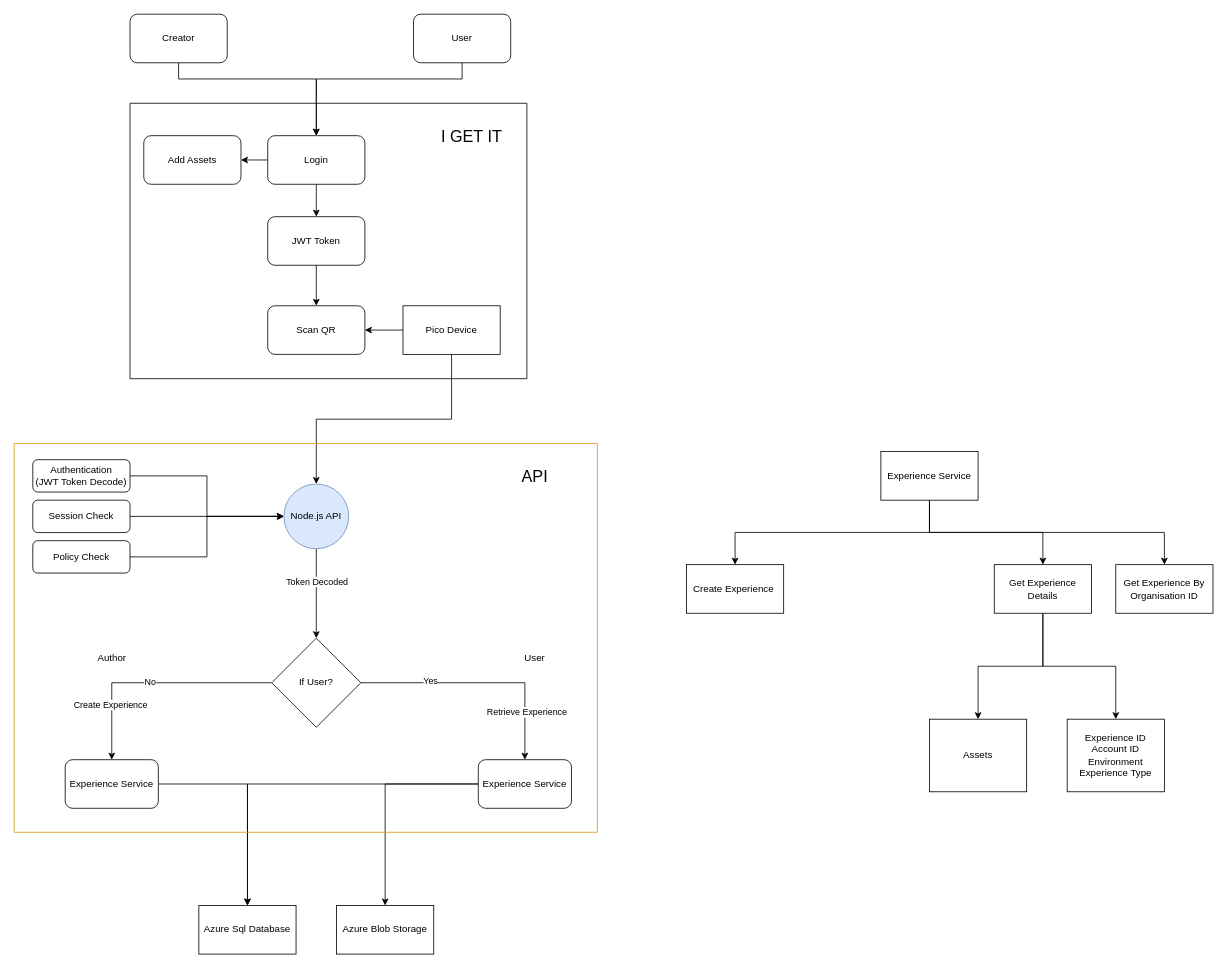
This is ARappflow.drawio from SohamPatkar/C-Projects, a draw.io file, before an edit. Source tidied: cells renumbered, new cells numbered last; positions are measured from the earlier drawing's top-left corner, leaving out a move shared by most shapes. Both pictures are drawn from the tidied source at 81%, with x=0, y=0 at pixel (14, 14).
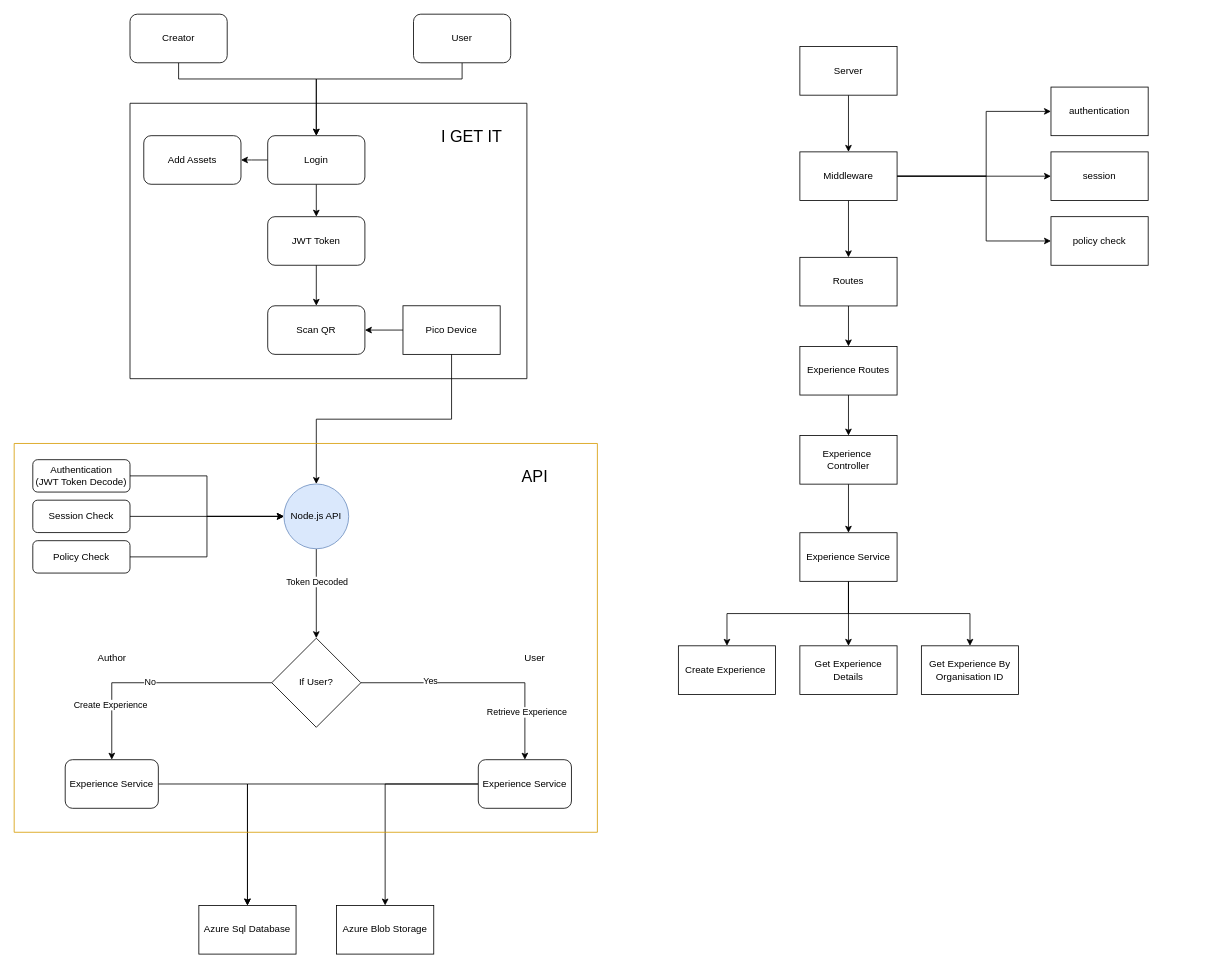
Above is the later version.

The edit, as a diff of the source:
```diff
@@
     <mxCell id="48" value="Experience Service" style="rounded=0;whiteSpace=wrap;html=1;" parent="1" vertex="1">
-      <mxGeometry x="1070" y="540" width="120" height="60" as="geometry" />
+      <mxGeometry x="970" y="640.2" width="120" height="60" as="geometry" />
     </mxCell>
     <mxCell id="49" value="Create Experience&amp;nbsp;" style="rounded=0;whiteSpace=wrap;html=1;" parent="1" vertex="1">
-      <mxGeometry x="830" y="679.6" width="120" height="60" as="geometry" />
+      <mxGeometry x="820" y="779.8" width="120" height="60" as="geometry" />
     </mxCell>
-    <mxCell id="50" style="edgeStyle=orthogonalEdgeStyle;rounded=0;jettySize=auto;html=1;" parent="1" edge="1" source="52" target="54">
-      <mxGeometry relative="1" as="geometry" />
-    </mxCell>
-    <mxCell id="51" style="edgeStyle=orthogonalEdgeStyle;rounded=0;jettySize=auto;html=1;entryX=0.5;entryY=0;entryDx=0;entryDy=0;" parent="1" edge="1" source="52" target="55">
-      <mxGeometry relative="1" as="geometry" />
-    </mxCell>
     <mxCell id="52" value="Get Experience Details" style="rounded=0;whiteSpace=wrap;html=1;" parent="1" vertex="1">
-      <mxGeometry x="1210" y="679.6" width="120" height="60" as="geometry" />
+      <mxGeometry x="970" y="779.8" width="120" height="60" as="geometry" />
     </mxCell>
     <mxCell id="53" value="Get Experience By Organisation ID" style="rounded=0;whiteSpace=wrap;html=1;" parent="1" vertex="1">
-      <mxGeometry x="1360" y="679.6" width="120" height="60" as="geometry" />
+      <mxGeometry x="1120" y="779.8" width="120" height="60" as="geometry" />
     </mxCell>
-    <mxCell id="54" value="Assets" style="rounded=0;whiteSpace=wrap;html=1;" parent="1" vertex="1">
-      <mxGeometry x="1130" y="870.4" width="120" height="89.6" as="geometry" />
-    </mxCell>
-    <mxCell id="55" value="&lt;div&gt;Experience ID&lt;/div&gt;Account ID&lt;div&gt;Environment&lt;/div&gt;&lt;div&gt;Experience Type&lt;/div&gt;" style="rounded=0;whiteSpace=wrap;html=1;" parent="1" vertex="1">
-      <mxGeometry x="1300" y="870.4" width="120" height="89.6" as="geometry" />
-    </mxCell>
+    <mxCell id="56" style="edgeStyle=orthogonalEdgeStyle;rounded=0;jettySize=auto;html=1;" parent="1" edge="1" source="57" target="59">
+      <mxGeometry relative="1" as="geometry" />
+    </mxCell>
+    <mxCell id="57" value="Routes" style="rounded=0;whiteSpace=wrap;html=1;" parent="1" vertex="1">
+      <mxGeometry x="970" y="300.2" width="120" height="60" as="geometry" />
+    </mxCell>
+    <mxCell id="58" style="edgeStyle=orthogonalEdgeStyle;rounded=0;jettySize=auto;html=1;" parent="1" edge="1" source="59" target="61">
+      <mxGeometry relative="1" as="geometry" />
+    </mxCell>
+    <mxCell id="59" value="Experience Routes" style="rounded=0;whiteSpace=wrap;html=1;" parent="1" vertex="1">
+      <mxGeometry x="970" y="410.2" width="120" height="60" as="geometry" />
+    </mxCell>
+    <mxCell id="60" style="edgeStyle=orthogonalEdgeStyle;rounded=0;jettySize=auto;html=1;entryX=0.5;entryY=0;entryDx=0;entryDy=0;" parent="1" edge="1" source="61" target="48">
+      <mxGeometry relative="1" as="geometry" />
+    </mxCell>
+    <mxCell id="61" value="Experience&amp;nbsp;&lt;div&gt;Controller&lt;/div&gt;" style="rounded=0;whiteSpace=wrap;html=1;align=center;" parent="1" vertex="1">
+      <mxGeometry x="970" y="520.2" width="120" height="60" as="geometry" />
+    </mxCell>
+    <mxCell id="62" style="edgeStyle=orthogonalEdgeStyle;rounded=0;jettySize=auto;html=1;entryX=0.5;entryY=0;entryDx=0;entryDy=0;" parent="1" edge="1" source="66" target="57">
+      <mxGeometry relative="1" as="geometry" />
+    </mxCell>
+    <mxCell id="63" style="edgeStyle=orthogonalEdgeStyle;rounded=0;jettySize=auto;html=1;" parent="1" edge="1" source="66" target="67">
+      <mxGeometry relative="1" as="geometry">
+        <Array as="points">
+          <mxPoint x="1200" y="200" />
+          <mxPoint x="1200" y="120" />
+        </Array>
+      </mxGeometry>
+    </mxCell>
+    <mxCell id="64" style="edgeStyle=orthogonalEdgeStyle;rounded=0;jettySize=auto;html=1;" parent="1" edge="1" source="66" target="68">
+      <mxGeometry relative="1" as="geometry" />
+    </mxCell>
+    <mxCell id="65" style="edgeStyle=orthogonalEdgeStyle;rounded=0;jettySize=auto;html=1;entryX=0;entryY=0.5;entryDx=0;entryDy=0;" parent="1" edge="1" source="66" target="69">
+      <mxGeometry relative="1" as="geometry">
+        <Array as="points">
+          <mxPoint x="1200" y="200" />
+          <mxPoint x="1200" y="280" />
+        </Array>
+      </mxGeometry>
+    </mxCell>
+    <mxCell id="66" value="Middleware" style="rounded=0;whiteSpace=wrap;html=1;" parent="1" vertex="1">
+      <mxGeometry x="970" y="170" width="120" height="60" as="geometry" />
+    </mxCell>
+    <mxCell id="67" value="authentication" style="rounded=0;whiteSpace=wrap;html=1;" parent="1" vertex="1">
+      <mxGeometry x="1280" y="90" width="120" height="60" as="geometry" />
+    </mxCell>
+    <mxCell id="68" value="session" style="rounded=0;whiteSpace=wrap;html=1;" parent="1" vertex="1">
+      <mxGeometry x="1280" y="170" width="120" height="60" as="geometry" />
+    </mxCell>
+    <mxCell id="69" value="policy check" style="rounded=0;whiteSpace=wrap;html=1;" parent="1" vertex="1">
+      <mxGeometry x="1280" y="250" width="120" height="60" as="geometry" />
+    </mxCell>
+    <mxCell id="70" style="edgeStyle=orthogonalEdgeStyle;rounded=0;jettySize=auto;html=1;entryX=0.5;entryY=0;entryDx=0;entryDy=0;" parent="1" edge="1" source="71" target="66">
+      <mxGeometry relative="1" as="geometry" />
+    </mxCell>
+    <mxCell id="71" value="Server" style="rounded=0;whiteSpace=wrap;html=1;" parent="1" vertex="1">
+      <mxGeometry x="970" y="40" width="120" height="60" as="geometry" />
+    </mxCell>
```
